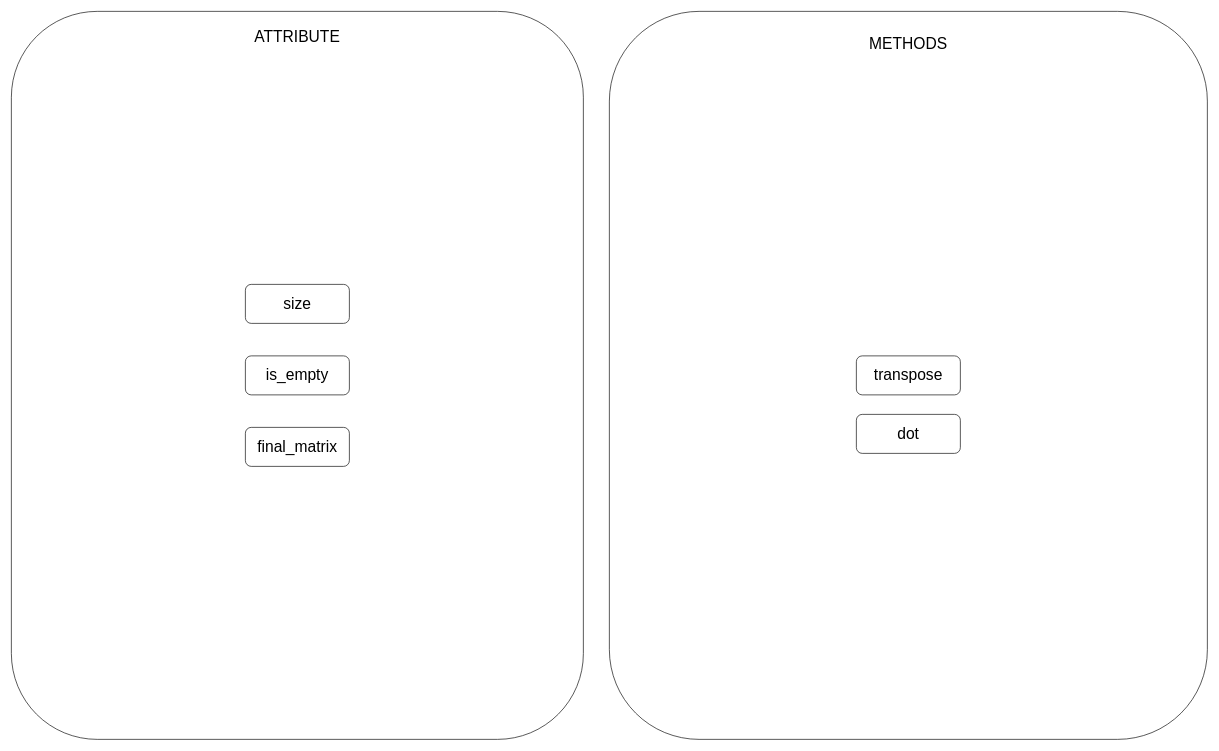
raghavendra-musubi/linear_algebra keeps this draw.io diagram as page "COMMON" (2 of 5) of la-lib.drawio. Above is the earlier version. Source tidied: cells renumbered, new cells numbered last; positions are measured from the earlier drawing's top-left corner, leaving out a move shared by most shapes. Both pictures are drawn from the tidied source at 65%, with x=0, y=0 at pixel (11, 11).
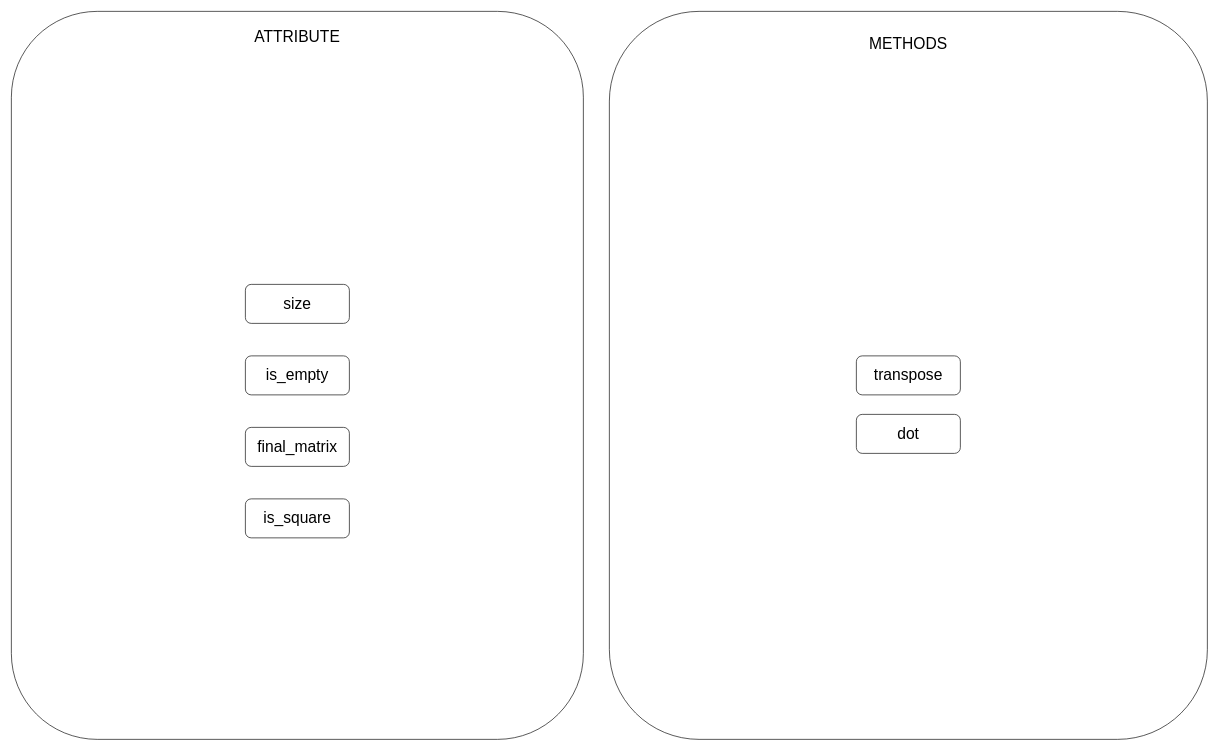
The same diagram, later.

Diff of the diagram source:
```diff
@@
 <mxGraphModel>
   <root>
     <mxCell id="0" />
     <mxCell id="1" parent="0" />
     <mxCell id="2" style="rounded=1;whiteSpace=wrap;html=1;" parent="1" vertex="1">
       <mxGeometry x="920" width="920" height="1120" as="geometry" />
     </mxCell>
     <mxCell id="3" style="rounded=1;whiteSpace=wrap;html=1;" parent="1" vertex="1">
       <mxGeometry width="880" height="1120" as="geometry" />
     </mxCell>
     <mxCell id="4" value="&lt;font style=&quot;font-size: 24px&quot;&gt;size&lt;/font&gt;" style="rounded=1;whiteSpace=wrap;html=1;" parent="1" vertex="1">
       <mxGeometry x="360" y="420" width="160" height="60" as="geometry" />
     </mxCell>
     <mxCell id="5" value="&lt;font style=&quot;font-size: 24px&quot;&gt;transpose&lt;/font&gt;" style="rounded=1;whiteSpace=wrap;html=1;" parent="1" vertex="1">
       <mxGeometry x="1300" y="530" width="160" height="60" as="geometry" />
     </mxCell>
     <mxCell id="6" value="&lt;font style=&quot;font-size: 24px&quot;&gt;ATTRIBUTE&lt;/font&gt;" style="text;html=1;strokeColor=none;fillColor=none;align=center;verticalAlign=middle;whiteSpace=wrap;rounded=0;" parent="1" vertex="1">
       <mxGeometry x="420" y="30" width="40" height="20" as="geometry" />
     </mxCell>
     <mxCell id="7" value="&lt;font style=&quot;font-size: 24px&quot;&gt;METHODS&lt;/font&gt;" style="text;html=1;strokeColor=none;fillColor=none;align=center;verticalAlign=middle;whiteSpace=wrap;rounded=0;" parent="1" vertex="1">
       <mxGeometry x="1360" y="40" width="40" height="20" as="geometry" />
     </mxCell>
     <mxCell id="8" value="&lt;font style=&quot;font-size: 24px&quot;&gt;final_matrix&lt;/font&gt;" style="rounded=1;whiteSpace=wrap;html=1;" parent="1" vertex="1">
       <mxGeometry x="360" y="640" width="160" height="60" as="geometry" />
     </mxCell>
     <mxCell id="9" value="&lt;font style=&quot;font-size: 24px&quot;&gt;is_empty&lt;/font&gt;" style="rounded=1;whiteSpace=wrap;html=1;" parent="1" vertex="1">
       <mxGeometry x="360" y="530" width="160" height="60" as="geometry" />
     </mxCell>
     <mxCell id="10" value="&lt;font style=&quot;font-size: 24px&quot;&gt;dot&lt;/font&gt;" style="rounded=1;whiteSpace=wrap;html=1;" parent="1" vertex="1">
       <mxGeometry x="1300" y="620" width="160" height="60" as="geometry" />
     </mxCell>
+    <mxCell id="11" value="&lt;span style=&quot;font-size: 24px&quot;&gt;is_square&lt;/span&gt;" style="rounded=1;whiteSpace=wrap;html=1;" parent="1" vertex="1">
+      <mxGeometry x="360" y="750" width="160" height="60" as="geometry" />
+    </mxCell>
   </root>
 </mxGraphModel>
```
